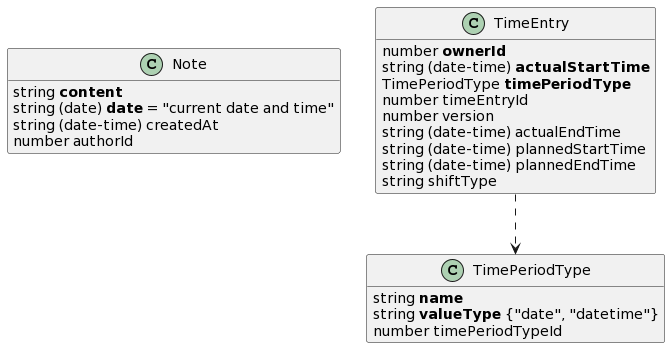
This is docs/images/payload-model.png from UKHomeOffice/callisto-timecard-restapi, a PlantUML export, as it was before one commit. Its diagram source:
```plantuml
@startuml
hide empty members
set namespaceSeparator none


class Note {
    {field} string <b>content</b>
    {field} string (date) <b>date</b> = "current date and time"
    {field} string (date-time) createdAt
    {field} number authorId
}



class TimePeriodType {
    {field} string <b>name</b>
    {field} string <b>valueType</b> {"date", "datetime"}
    {field} number timePeriodTypeId
}



class TimeEntry {
    {field} number <b>ownerId</b>
    {field} string (date-time) <b>actualStartTime</b>
    {field} TimePeriodType <b>timePeriodType</b>
    {field} number timeEntryId
    {field} number version
    {field} string (date-time) actualEndTime
    {field} string (date-time) plannedStartTime
    {field} string (date-time) plannedEndTime
    {field} string shiftType
}

TimeEntry ..> TimePeriodType
@enduml
```
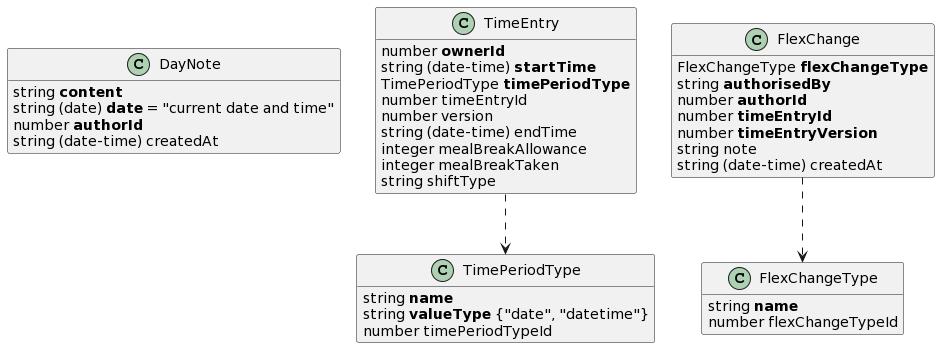
The same diagram one commit later.

Change to the diagram source:
```diff
@@ -3,11 +3,11 @@
 set namespaceSeparator none
 
 
-class Note {
+class DayNote {
     {field} string <b>content</b>
     {field} string (date) <b>date</b> = "current date and time"
+    {field} number <b>authorId</b>
     {field} string (date-time) createdAt
-    {field} number authorId
 }
 
 
@@ -22,15 +22,35 @@
 
 class TimeEntry {
     {field} number <b>ownerId</b>
-    {field} string (date-time) <b>actualStartTime</b>
+    {field} string (date-time) <b>startTime</b>
     {field} TimePeriodType <b>timePeriodType</b>
     {field} number timeEntryId
     {field} number version
-    {field} string (date-time) actualEndTime
-    {field} string (date-time) plannedStartTime
-    {field} string (date-time) plannedEndTime
+    {field} string (date-time) endTime
+    {field} integer mealBreakAllowance
+    {field} integer mealBreakTaken
     {field} string shiftType
 }
 
 TimeEntry ..> TimePeriodType
+
+
+class FlexChangeType {
+    {field} string <b>name</b>
+    {field} number flexChangeTypeId
+}
+
+
+
+class FlexChange {
+    {field} FlexChangeType <b>flexChangeType</b>
+    {field} string <b>authorisedBy</b>
+    {field} number <b>authorId</b>
+    {field} number <b>timeEntryId</b>
+    {field} number <b>timeEntryVersion</b>
+    {field} string note
+    {field} string (date-time) createdAt
+}
+
+FlexChange ..> FlexChangeType
 @enduml
```
